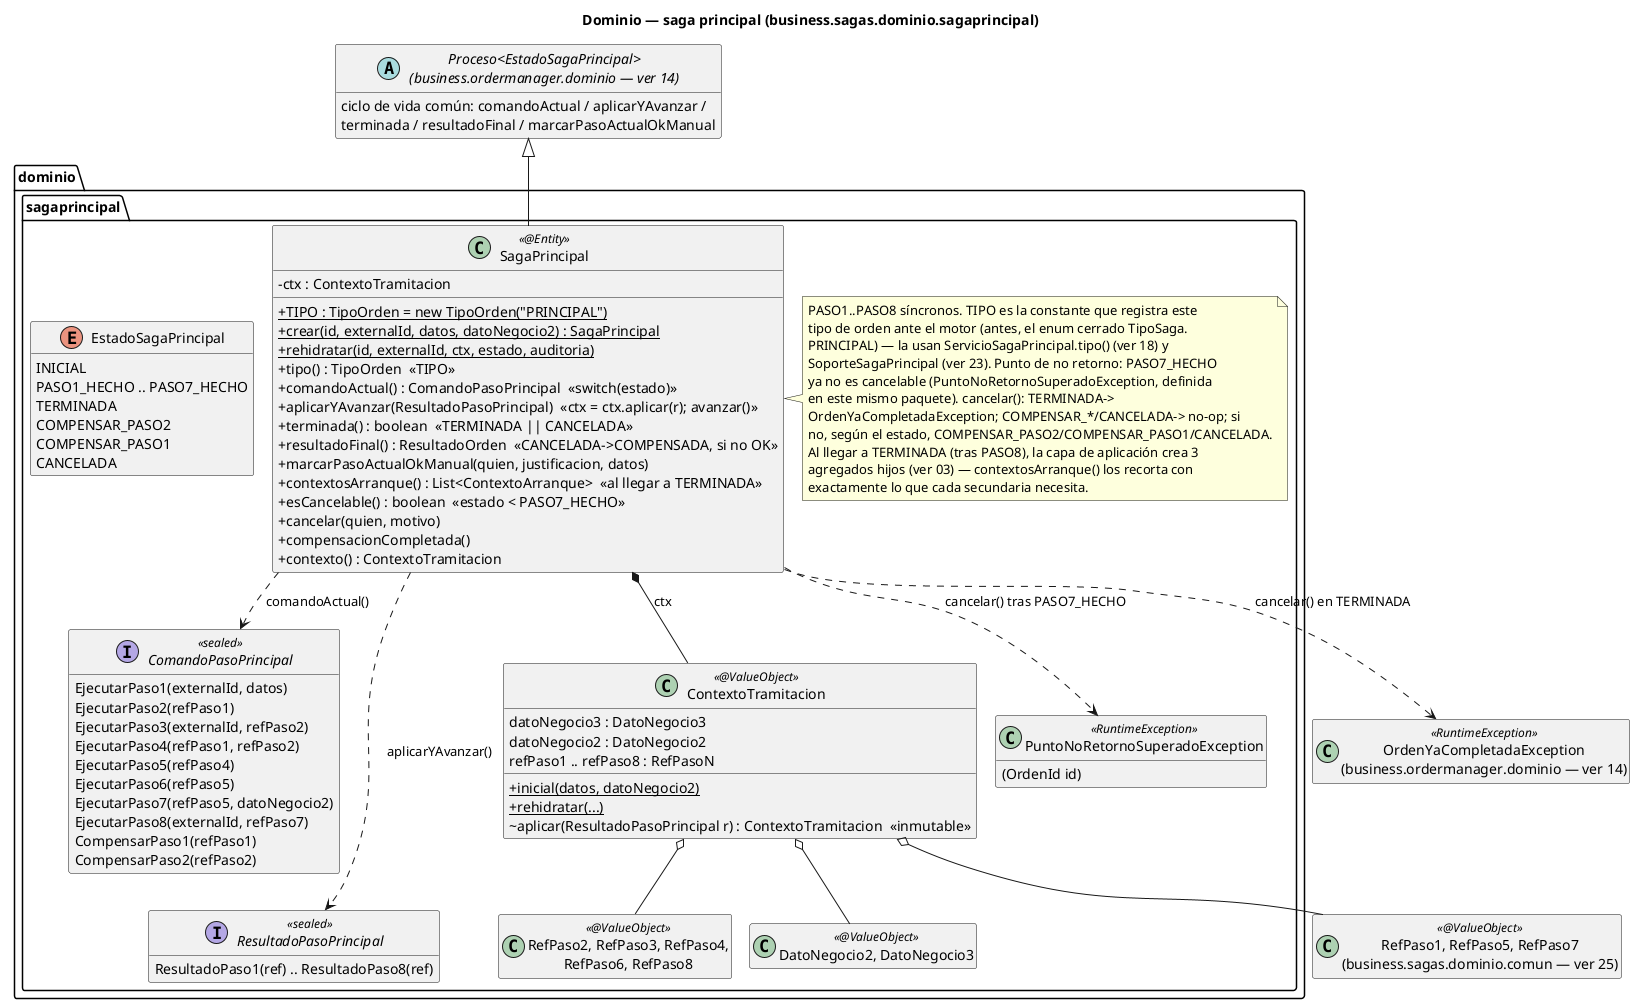
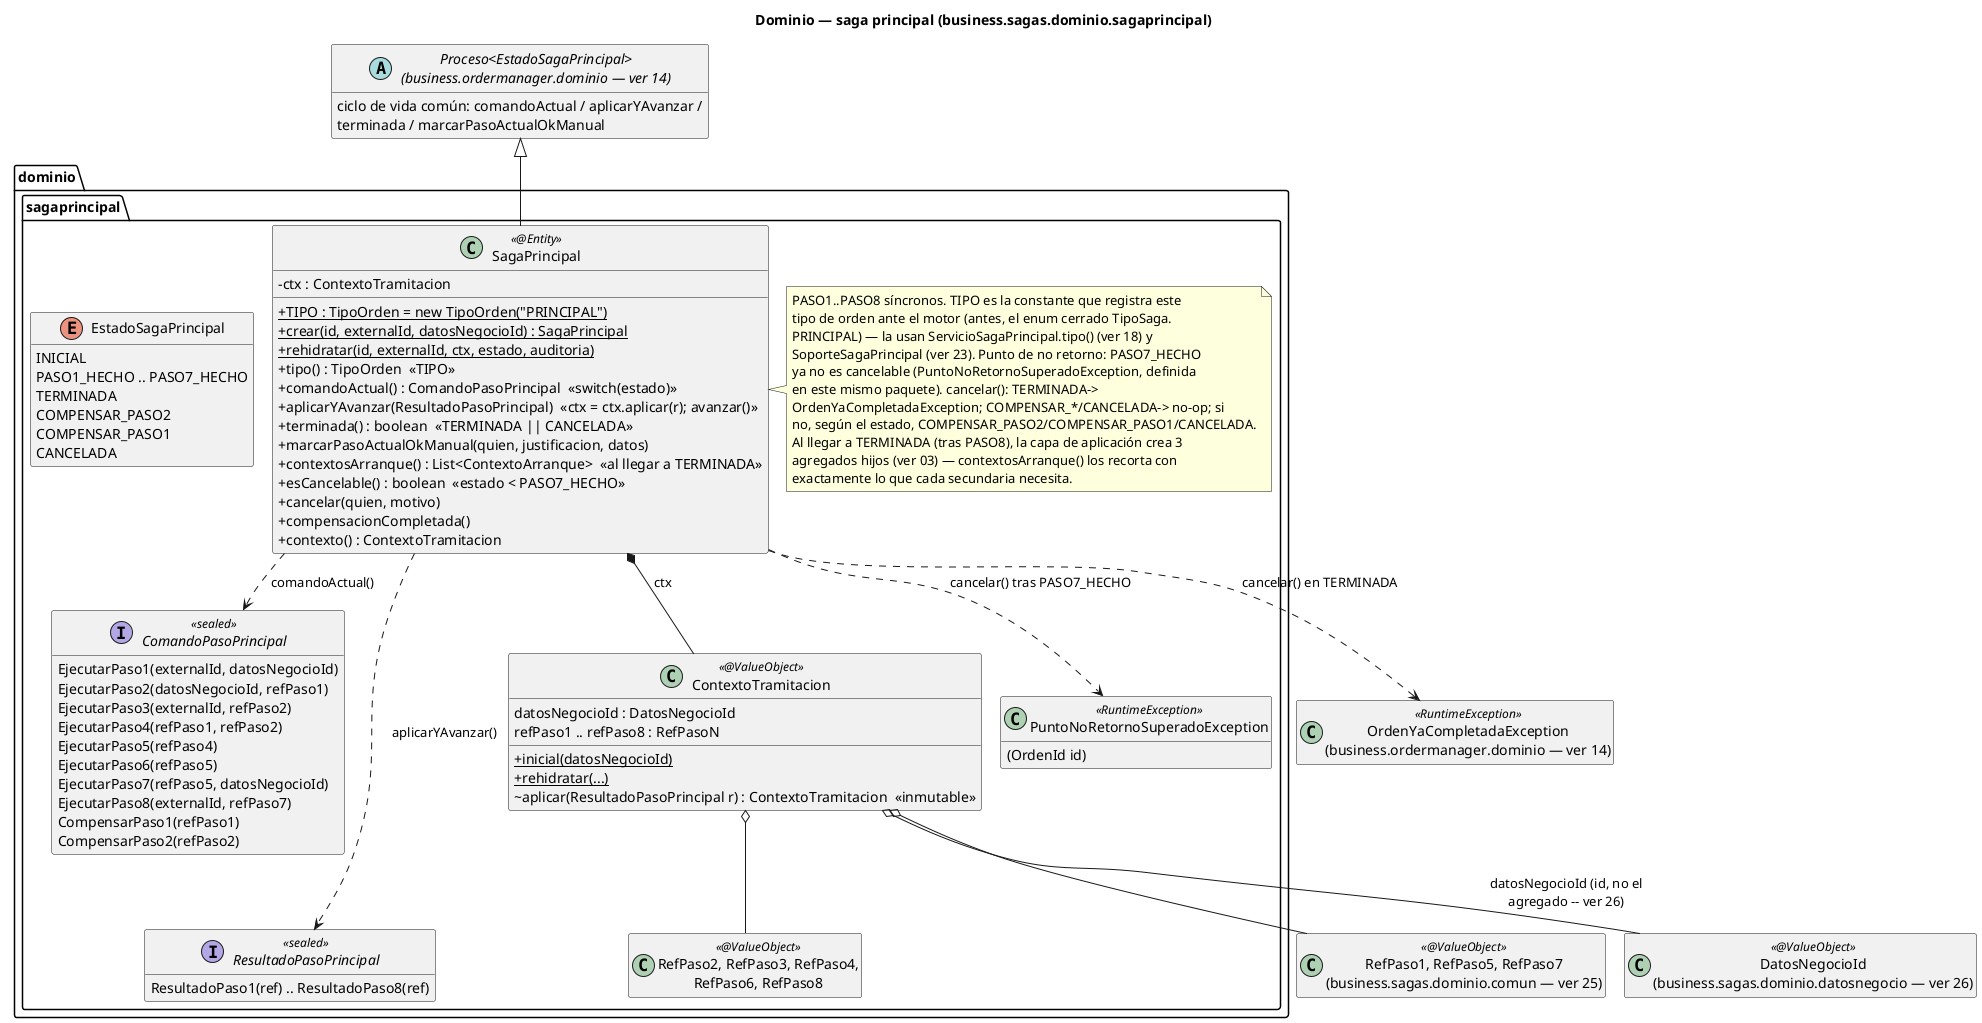
@startuml 15-clases-dominio-saga-principal
title Dominio — saga principal (business.sagas.dominio.sagaprincipal)
!pragma layout smetana
hide empty members
skinparam classAttributeIconSize 0

abstract class "Proceso<EstadoSagaPrincipal>\n(business.ordermanager.dominio — ver 14)" as Proceso {
  ciclo de vida común: comandoActual / aplicarYAvanzar /
-   terminada / resultadoFinal / marcarPasoActualOkManual
+   terminada / marcarPasoActualOkManual
}

package "dominio.sagaprincipal" {
  class SagaPrincipal <<@Entity>> {
    +{static} TIPO : TipoOrden = new TipoOrden("PRINCIPAL")
    -ctx : ContextoTramitacion
-     +{static} crear(id, externalId, datos, datoNegocio2) : SagaPrincipal
+     +{static} crear(id, externalId, datosNegocioId) : SagaPrincipal
    +{static} rehidratar(id, externalId, ctx, estado, auditoria)
    +tipo() : TipoOrden  «TIPO»
    +comandoActual() : ComandoPasoPrincipal  «switch(estado)»
    +aplicarYAvanzar(ResultadoPasoPrincipal)  «ctx = ctx.aplicar(r); avanzar()»
    +terminada() : boolean  «TERMINADA || CANCELADA»
-     +resultadoFinal() : ResultadoOrden  «CANCELADA->COMPENSADA, si no OK»
    +marcarPasoActualOkManual(quien, justificacion, datos)
    +contextosArranque() : List<ContextoArranque>  «al llegar a TERMINADA»
    +esCancelable() : boolean  «estado < PASO7_HECHO»
    +cancelar(quien, motivo)
    +compensacionCompletada()
    +contexto() : ContextoTramitacion
  }
  note right of SagaPrincipal
    PASO1..PASO8 síncronos. TIPO es la constante que registra este
    tipo de orden ante el motor (antes, el enum cerrado TipoSaga.
    PRINCIPAL) — la usan ServicioSagaPrincipal.tipo() (ver 18) y
    SoporteSagaPrincipal (ver 23). Punto de no retorno: PASO7_HECHO
    ya no es cancelable (PuntoNoRetornoSuperadoException, definida
    en este mismo paquete). cancelar(): TERMINADA->
    OrdenYaCompletadaException; COMPENSAR_*/CANCELADA-> no-op; si
    no, según el estado, COMPENSAR_PASO2/COMPENSAR_PASO1/CANCELADA.
    Al llegar a TERMINADA (tras PASO8), la capa de aplicación crea 3
    agregados hijos (ver 03) — contextosArranque() los recorta con
    exactamente lo que cada secundaria necesita.
  end note

  enum EstadoSagaPrincipal {
    INICIAL
    PASO1_HECHO .. PASO7_HECHO
    TERMINADA
    COMPENSAR_PASO2
    COMPENSAR_PASO1
    CANCELADA
  }

  interface ComandoPasoPrincipal <<sealed>> {
-     EjecutarPaso1(externalId, datos)
-     EjecutarPaso2(refPaso1)
+     EjecutarPaso1(externalId, datosNegocioId)
+     EjecutarPaso2(datosNegocioId, refPaso1)
    EjecutarPaso3(externalId, refPaso2)
    EjecutarPaso4(refPaso1, refPaso2)
    EjecutarPaso5(refPaso4)
    EjecutarPaso6(refPaso5)
-     EjecutarPaso7(refPaso5, datoNegocio2)
+     EjecutarPaso7(refPaso5, datosNegocioId)
    EjecutarPaso8(externalId, refPaso7)
    CompensarPaso1(refPaso1)
    CompensarPaso2(refPaso2)
  }
  interface ResultadoPasoPrincipal <<sealed>> {
    ResultadoPaso1(ref) .. ResultadoPaso8(ref)
  }
  class ContextoTramitacion <<@ValueObject>> {
-     datoNegocio3 : DatoNegocio3
-     datoNegocio2 : DatoNegocio2
+     datosNegocioId : DatosNegocioId
    refPaso1 .. refPaso8 : RefPasoN
-     +{static} inicial(datos, datoNegocio2)
+     +{static} inicial(datosNegocioId)
    +{static} rehidratar(...)
    ~aplicar(ResultadoPasoPrincipal r) : ContextoTramitacion  «inmutable»
  }
  class "RefPaso2, RefPaso3, RefPaso4,\nRefPaso6, RefPaso8" as RefsPropias <<@ValueObject>>
-   class "DatoNegocio2, DatoNegocio3" as Datos <<@ValueObject>>
  class PuntoNoRetornoSuperadoException <<RuntimeException>> {
    (OrdenId id)
  }
}

class "RefPaso1, RefPaso5, RefPaso7\n(business.sagas.dominio.comun — ver 25)" as RefsComunes <<@ValueObject>>
+ class "DatosNegocioId\n(business.sagas.dominio.datosnegocio — ver 26)" as DatosNegocioIdRef <<@ValueObject>>
class "OrdenYaCompletadaException\n(business.ordermanager.dominio — ver 14)" as OrdenYaCompletada <<RuntimeException>>

Proceso <|-down- SagaPrincipal
SagaPrincipal *-- ContextoTramitacion : ctx
SagaPrincipal ..> ComandoPasoPrincipal : comandoActual()
SagaPrincipal ..> ResultadoPasoPrincipal : aplicarYAvanzar()
SagaPrincipal ..> PuntoNoRetornoSuperadoException : cancelar() tras PASO7_HECHO
SagaPrincipal ..> OrdenYaCompletada : cancelar() en TERMINADA
ContextoTramitacion o-- RefsPropias
ContextoTramitacion o-- RefsComunes
- ContextoTramitacion o-- Datos
+ ContextoTramitacion o-- DatosNegocioIdRef : datosNegocioId (id, no el\nagregado -- ver 26)

EstadoSagaPrincipal -[hidden]down- ComandoPasoPrincipal
ComandoPasoPrincipal -[hidden]down- ResultadoPasoPrincipal
@enduml
